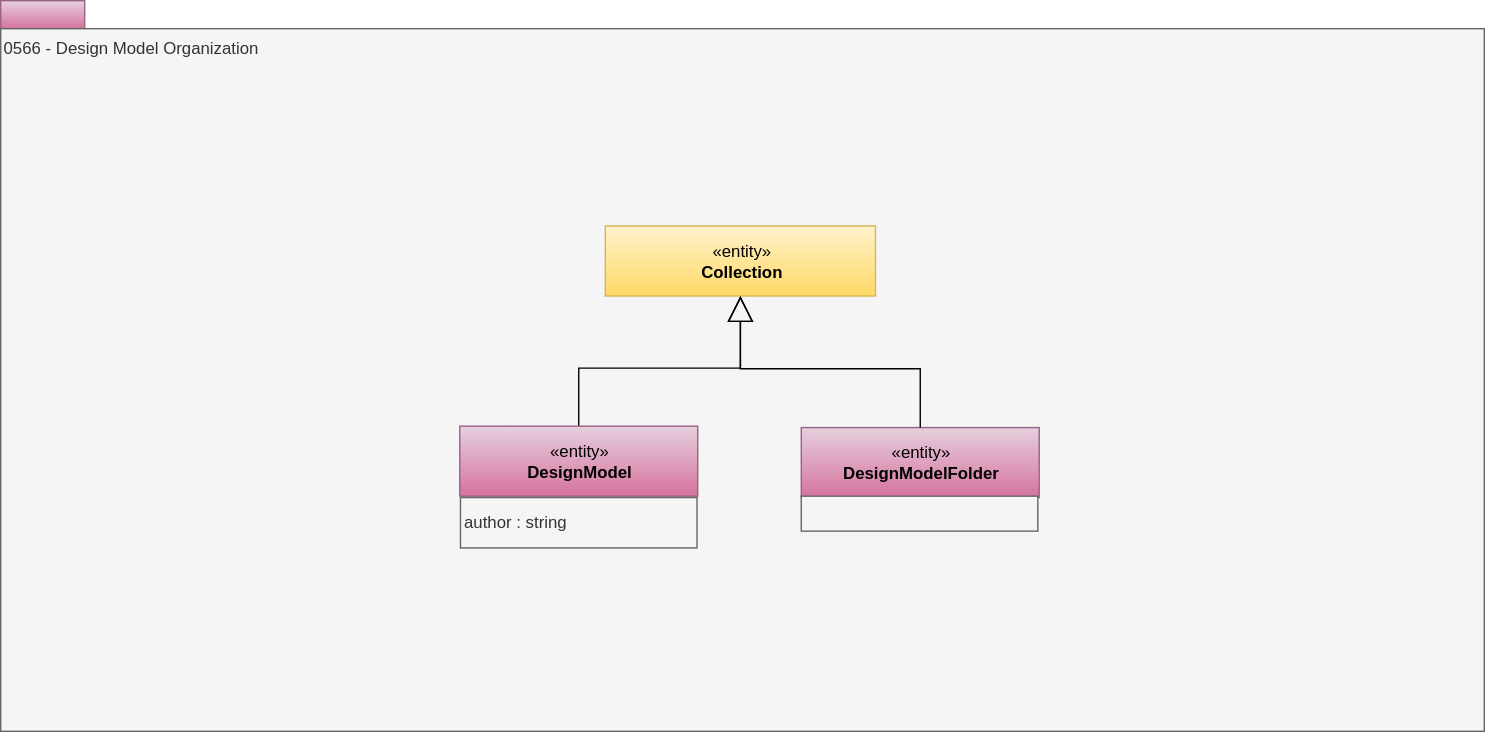
Earlier version of the draw.io export site/docs/types/5/0566-Design-Model-Organization.svg (odpi/egeria-docs). Source tidied: cells renumbered, new cells last; positions are measured from the earlier drawing's top-left corner, leaving out a move shared by most shapes.
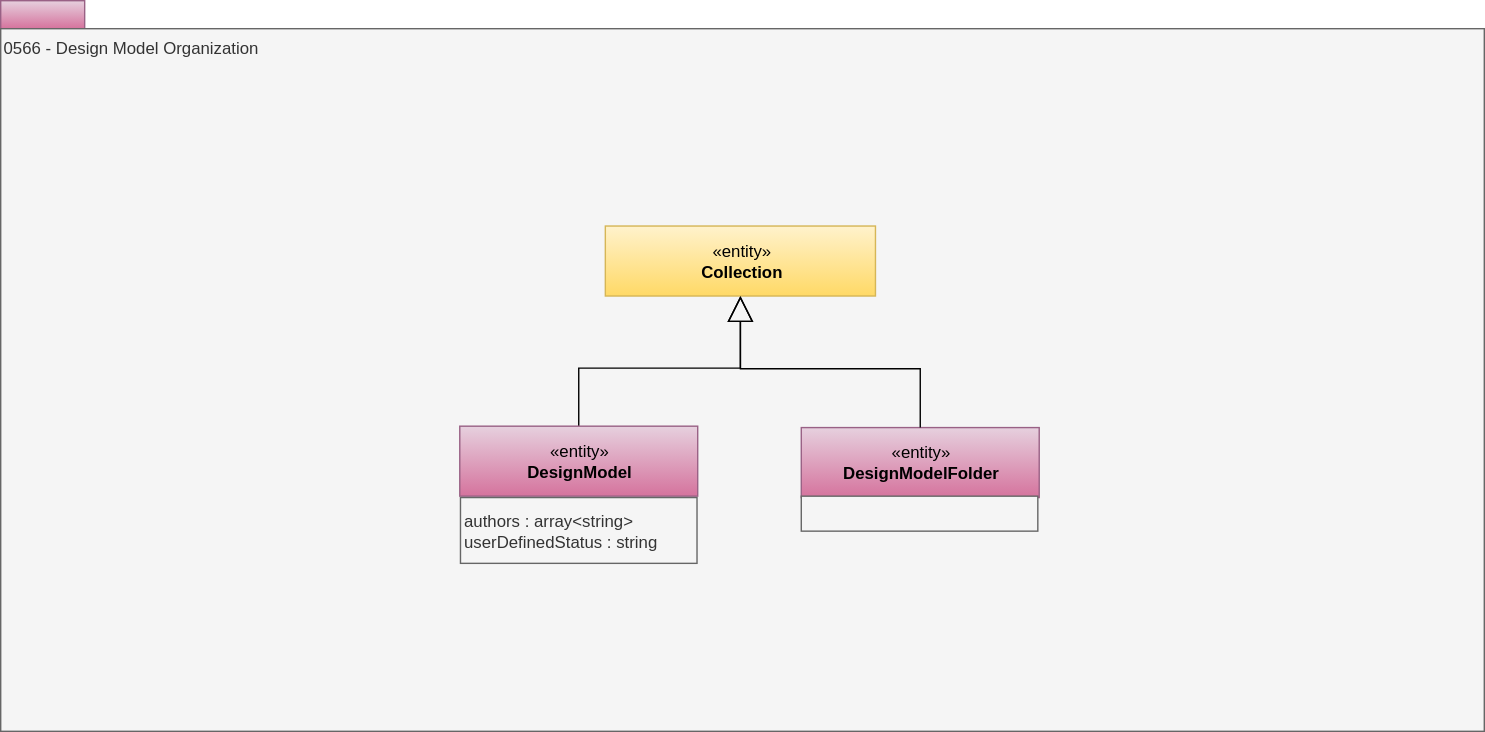
Above is the later version.

What changed in the source:
```diff
@@ -14,8 +14,8 @@
     <mxCell id="5" value="«entity»&lt;br&gt;&lt;b&gt;DesignModel&lt;/b&gt;" style="html=1;strokeColor=#996185;align=center;fillColor=#e6d0de;gradientColor=#d5739d;" parent="1" vertex="1">
       <mxGeometry x="328" y="304" width="170" height="50" as="geometry" />
     </mxCell>
-    <mxCell id="6" value="author : string&lt;span&gt;&lt;br&gt;&lt;/span&gt;" style="rounded=0;whiteSpace=wrap;html=1;strokeColor=#666666;align=left;fillColor=#f5f5f5;fontColor=#333333;" parent="1" vertex="1">
-      <mxGeometry x="328.5" y="355" width="169" height="36" as="geometry" />
+    <mxCell id="6" value="authors : array&amp;lt;string&amp;gt;&lt;span&gt;&lt;br&gt;&lt;/span&gt;&lt;div&gt;userDefinedStatus : string&lt;/div&gt;" style="rounded=0;whiteSpace=wrap;html=1;strokeColor=#666666;align=left;fillColor=#f5f5f5;fontColor=#333333;" parent="1" vertex="1">
+      <mxGeometry x="328.5" y="355" width="169" height="47" as="geometry" />
     </mxCell>
     <mxCell id="7" value="«entity»&lt;br&gt;&lt;b&gt;DesignModelFolder&lt;/b&gt;" style="html=1;strokeColor=#996185;align=center;fillColor=#e6d0de;gradientColor=#d5739d;" parent="1" vertex="1">
       <mxGeometry x="572" y="305" width="170" height="50" as="geometry" />
```
